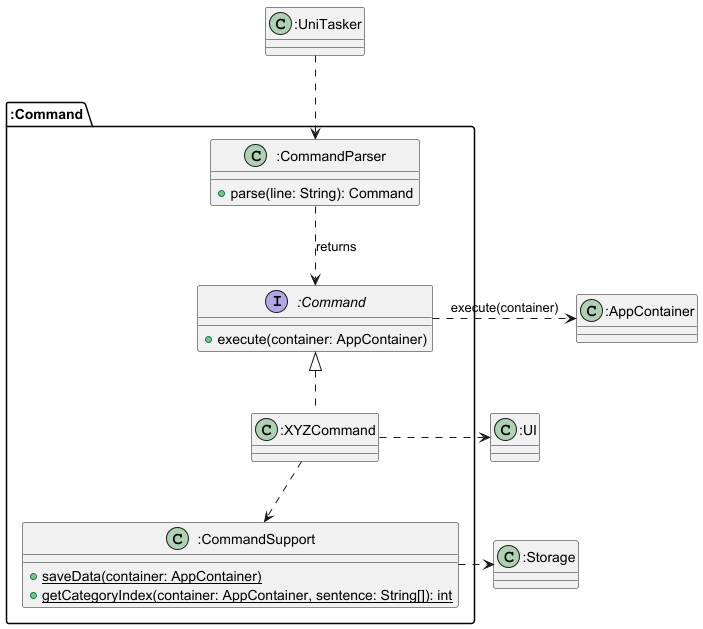
This is docs/pictures/CommandClassDiagram.png from michaelshyam1/tp, a PlantUML export, as it was before one commit.
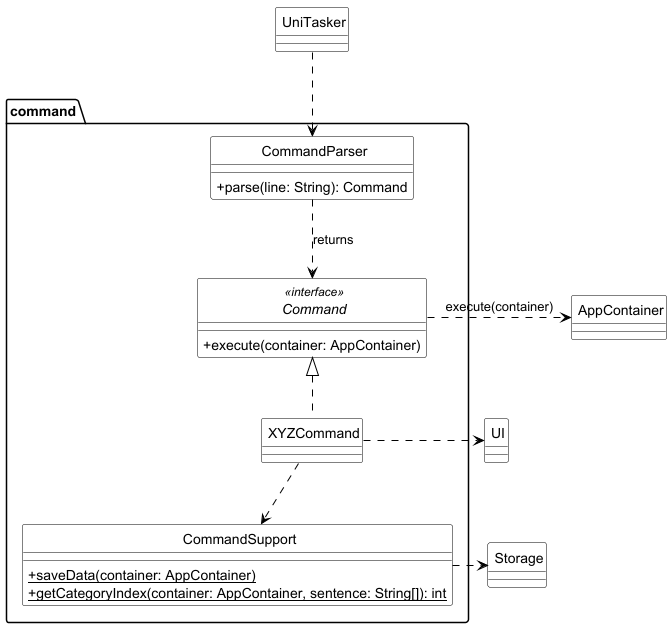
Later version of the same file.

What changed in the source:
```diff
@@ -1,30 +1,38 @@
 @startuml
+skinparam classAttributeIconSize 0
+skinparam CircledCharacterFontSize 0
+skinparam CircledCharacterRadius 0
+skinparam class {
+    BackgroundColor White
+    BorderColor Black
+    ArrowColor Black
+}
 
-package ":Command" {
+package "command" {
 
-interface ":Command" as Command {
+interface Command <<interface>> {
     + execute(container: AppContainer)
 }
 
-class ":CommandParser" as CommandParser {
+class "CommandParser" as CommandParser {
     + parse(line: String): Command
 }
 
-class ":CommandSupport" as CommandSupport {
+class "CommandSupport" as CommandSupport {
     {static} + saveData(container: AppContainer)
     {static} + getCategoryIndex(container: AppContainer, sentence: String[]): int
 }
 
-class ":XYZCommand" as XYZCommand {
+class "XYZCommand" as XYZCommand {
 }
 
 }
 
-class ":AppContainer" as AppContainer
+class "AppContainer" as AppContainer
 
-class ":UniTasker" as UniTasker
-class ":UI" as UI
-class ":Storage" as Storage
+class "UniTasker" as UniTasker
+class "UI" as UI
+class "Storage" as Storage
 
 UniTasker ..> CommandParser
 
```
